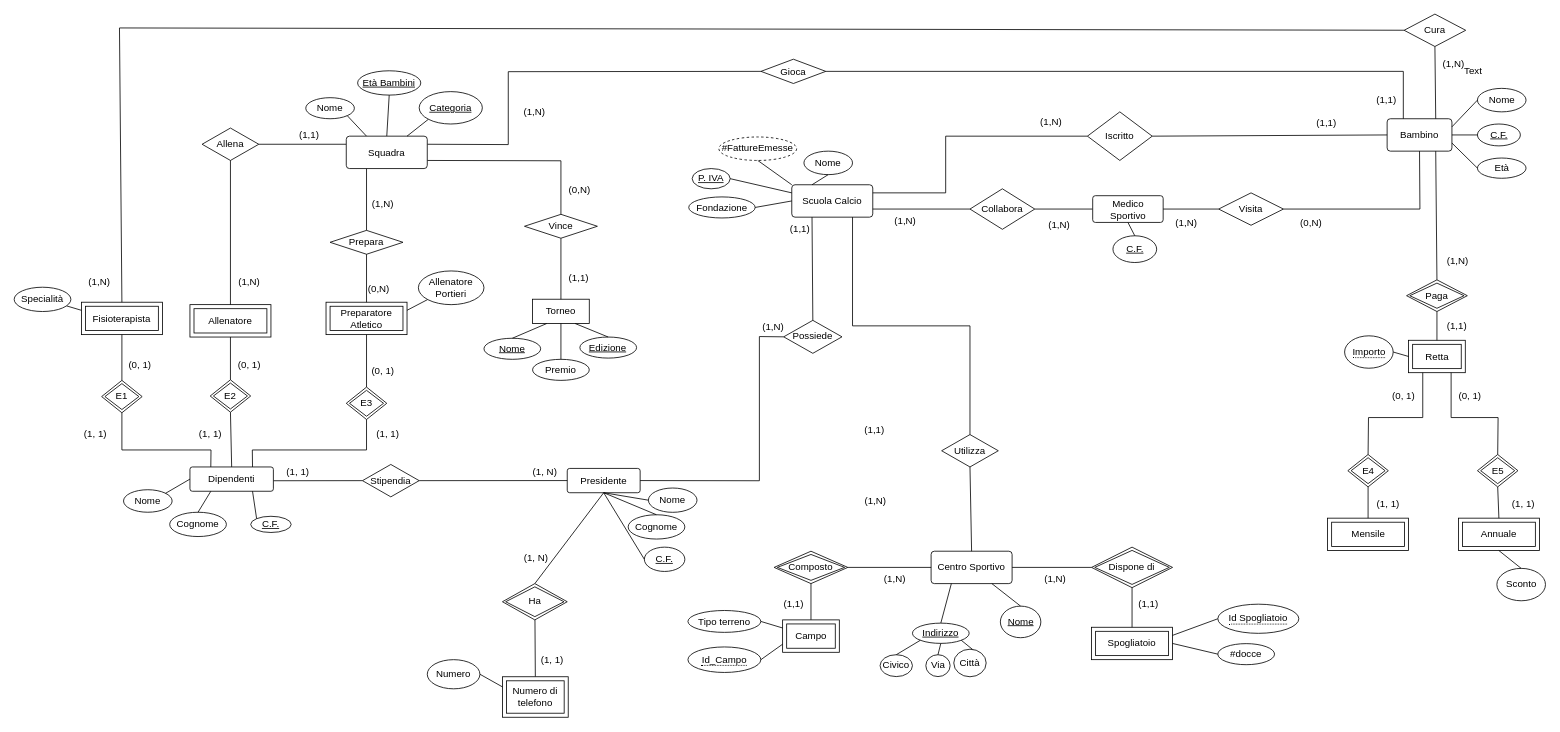
Before: modelli/EER-RISTRUTTURATO.drawio in YantCaccia/Progetto-Basi-di-Dati, a draw.io diagram. Source tidied: cells renumbered, new cells numbered last; positions are measured from the earlier drawing's top-left corner, leaving out a move shared by most shapes. Both pictures are drawn from the tidied source at 81%, with x=0, y=0 at pixel (14, 14).
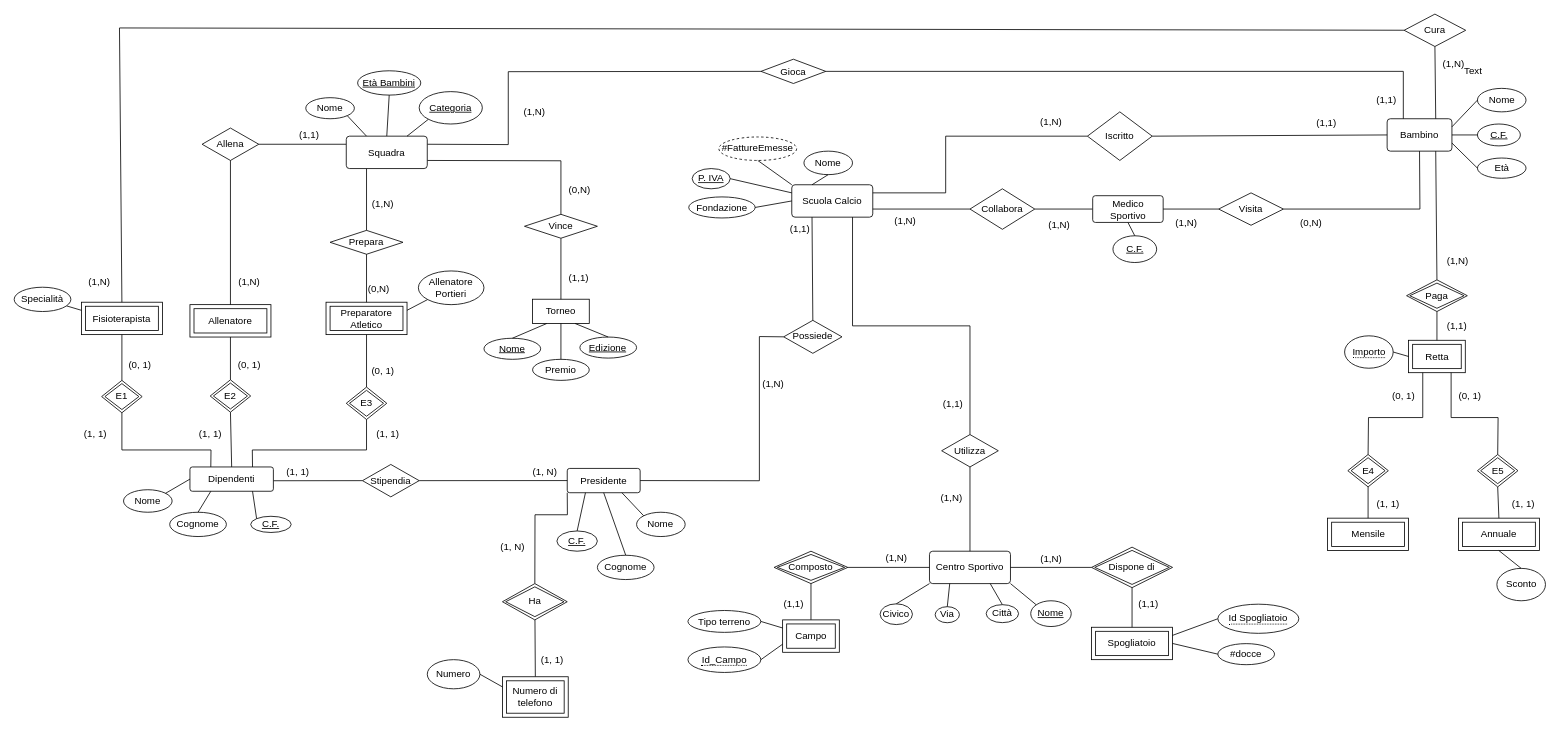
Above is the later version.

Unchanged cells that the change refers to:
```xml
<mxCell id="50" value="&lt;div&gt;Presidente&lt;/div&gt;" style="rounded=1;arcSize=10;whiteSpace=wrap;html=1;align=center;" parent="1" vertex="1">
  <mxGeometry x="682.8" y="560.8" width="90" height="30" as="geometry" />
</mxCell>
<mxCell id="182" value="Ha" style="rhombus;whiteSpace=wrap;html=1;strokeColor=#000000;double=1;" parent="1" vertex="1">
  <mxGeometry x="602.8" y="703" width="80" height="44.8" as="geometry" />
</mxCell>
```

The edit, as a diff of the source:
```diff
@@
     <mxCell id="19" value="Centro Sportivo" style="rounded=1;arcSize=10;whiteSpace=wrap;html=1;align=center;" parent="1" vertex="1">
-      <mxGeometry x="1132" y="663" width="100" height="40" as="geometry" />
+      <mxGeometry x="1130" y="663" width="100" height="40" as="geometry" />
     </mxCell>
@@
-    <mxCell id="28" style="endArrow=none;html=1;rounded=0;exitX=0.25;exitY=1;exitDx=0;exitDy=0;entryX=0.5;entryY=0;entryDx=0;entryDy=0;" parent="1" edge="1" source="19" target="29">
-      <mxGeometry relative="1" as="geometry" />
-    </mxCell>
-    <mxCell id="29" value="&lt;u&gt;Indirizzo&lt;/u&gt;" style="ellipse;whiteSpace=wrap;html=1;align=center;" parent="1" vertex="1">
-      <mxGeometry x="1109" y="751.8" width="70" height="25" as="geometry" />
-    </mxCell>
     <mxCell id="30" value="&lt;u&gt;Nome&lt;/u&gt;" style="ellipse;whiteSpace=wrap;html=1;align=center;direction=east;" parent="1" vertex="1">
-      <mxGeometry x="1217.5" y="730.8" width="50" height="39" as="geometry" />
+      <mxGeometry x="1255" y="724.2" width="50" height="31.8" as="geometry" />
     </mxCell>
-    <mxCell id="31" style="endArrow=none;html=1;rounded=0;exitX=0.75;exitY=1;exitDx=0;exitDy=0;entryX=0.5;entryY=0;entryDx=0;entryDy=0;" parent="1" edge="1" source="19" target="30">
+    <mxCell id="31" style="endArrow=none;html=1;rounded=0;exitX=1;exitY=1;exitDx=0;exitDy=0;entryX=0;entryY=0;entryDx=0;entryDy=0;" parent="1" edge="1" source="19" target="30">
       <mxGeometry relative="1" as="geometry" />
     </mxCell>
-    <mxCell id="32" style="endArrow=none;html=1;rounded=0;exitX=1;exitY=1;exitDx=0;exitDy=0;entryX=0;entryY=0.5;entryDx=0;entryDy=0;" parent="1" edge="1" source="29">
-      <mxGeometry relative="1" as="geometry">
-        <mxPoint x="1187.5" y="787.8" as="targetPoint" />
-      </mxGeometry>
+    <mxCell id="32" style="endArrow=none;html=1;rounded=0;exitX=0.75;exitY=1;exitDx=0;exitDy=0;entryX=0;entryY=0.5;entryDx=0;entryDy=0;" parent="1" edge="1" source="19" target="33">
+      <mxGeometry relative="1" as="geometry" />
     </mxCell>
     <mxCell id="33" value="Città" style="ellipse;whiteSpace=wrap;html=1;align=center;direction=south;" parent="1" vertex="1">
-      <mxGeometry x="1160" y="784" width="40" height="34" as="geometry" />
+      <mxGeometry x="1200" y="729" width="40" height="22.2" as="geometry" />
     </mxCell>
     <mxCell id="34" value="Via" style="ellipse;whiteSpace=wrap;html=1;align=center;" parent="1" vertex="1">
-      <mxGeometry x="1125.5" y="790.8" width="30" height="27" as="geometry" />
+      <mxGeometry x="1137" y="731.5" width="30" height="19.8" as="geometry" />
     </mxCell>
     <mxCell id="35" value="&lt;div&gt;Civico&lt;/div&gt;" style="ellipse;whiteSpace=wrap;html=1;align=center;" parent="1" vertex="1">
-      <mxGeometry x="1069" y="790.8" width="40" height="27" as="geometry" />
+      <mxGeometry x="1069" y="728" width="40" height="25.6" as="geometry" />
     </mxCell>
-    <mxCell id="36" style="endArrow=none;html=1;rounded=0;exitX=0.5;exitY=1;exitDx=0;exitDy=0;entryX=0.5;entryY=0;entryDx=0;entryDy=0;" parent="1" edge="1" source="29" target="34">
+    <mxCell id="36" style="endArrow=none;html=1;rounded=0;exitX=0.25;exitY=1;exitDx=0;exitDy=0;entryX=0.5;entryY=0;entryDx=0;entryDy=0;" parent="1" edge="1" source="19" target="34">
       <mxGeometry relative="1" as="geometry" />
     </mxCell>
-    <mxCell id="37" style="endArrow=none;html=1;rounded=0;exitX=0;exitY=1;exitDx=0;exitDy=0;entryX=0.5;entryY=0;entryDx=0;entryDy=0;" parent="1" edge="1" source="29" target="35">
+    <mxCell id="37" style="endArrow=none;html=1;rounded=0;exitX=0;exitY=1;exitDx=0;exitDy=0;entryX=0.5;entryY=0;entryDx=0;entryDy=0;" parent="1" edge="1" source="19" target="35">
       <mxGeometry relative="1" as="geometry" />
     </mxCell>
@@
     <mxCell id="51" value="Nome" style="ellipse;whiteSpace=wrap;html=1;align=center;" parent="1" vertex="1">
-      <mxGeometry x="783" y="585" width="60" height="30" as="geometry" />
+      <mxGeometry x="768.4" y="614.9" width="60" height="30" as="geometry" />
     </mxCell>
     <mxCell id="52" value="Cognome" style="ellipse;whiteSpace=wrap;html=1;align=center;" parent="1" vertex="1">
-      <mxGeometry x="758" y="618" width="70" height="30" as="geometry" />
+      <mxGeometry x="720" y="668" width="70" height="30" as="geometry" />
     </mxCell>
     <mxCell id="53" value="C.F." style="ellipse;whiteSpace=wrap;html=1;align=center;fontStyle=4;" parent="1" vertex="1">
-      <mxGeometry x="778" y="658" width="50" height="30" as="geometry" />
+      <mxGeometry x="670" y="638" width="50" height="25" as="geometry" />
     </mxCell>
-    <mxCell id="54" style="endArrow=none;html=1;rounded=0;exitX=0;exitY=0.5;exitDx=0;exitDy=0;entryX=0.5;entryY=1;entryDx=0;entryDy=0;" parent="1" edge="1" source="51" target="50">
+    <mxCell id="54" style="endArrow=none;html=1;rounded=0;exitX=0;exitY=0;exitDx=0;exitDy=0;entryX=0.75;entryY=1;entryDx=0;entryDy=0;" parent="1" edge="1" source="51" target="50">
       <mxGeometry relative="1" as="geometry" />
     </mxCell>
-    <mxCell id="55" style="endArrow=none;html=1;rounded=0;exitX=0.5;exitY=0;exitDx=0;exitDy=0;entryX=0.5;entryY=1;entryDx=0;entryDy=0;" parent="1" edge="1" source="52" target="50">
+    <mxCell id="55" style="endArrow=none;html=1;rounded=0;entryX=0.5;entryY=1;entryDx=0;entryDy=0;exitX=0.5;exitY=0;exitDx=0;exitDy=0;" parent="1" edge="1" source="52" target="50">
       <mxGeometry relative="1" as="geometry" />
     </mxCell>
-    <mxCell id="56" style="endArrow=none;html=1;rounded=0;exitX=0;exitY=0.5;exitDx=0;exitDy=0;entryX=0.5;entryY=1;entryDx=0;entryDy=0;" parent="1" edge="1" source="53" target="50">
+    <mxCell id="56" style="endArrow=none;html=1;rounded=0;exitX=0.5;exitY=0;exitDx=0;exitDy=0;entryX=0.25;entryY=1;entryDx=0;entryDy=0;" parent="1" edge="1" source="53" target="50">
       <mxGeometry relative="1" as="geometry" />
     </mxCell>
@@
     <mxCell id="68" value="(1,1)" style="text;html=1;" parent="1" vertex="1">
-      <mxGeometry x="1047.5" y="500.4" width="30" height="23.5" as="geometry" />
+      <mxGeometry x="1145" y="467.9" width="30" height="23.5" as="geometry" />
     </mxCell>
@@
     <mxCell id="70" value="&lt;font style=&quot;font-size: 12px&quot;&gt;(1,N)&lt;/font&gt;" style="text;html=1;align=center;verticalAlign=middle;" parent="1" vertex="1">
-      <mxGeometry x="1067" y="688" width="40" height="20" as="geometry" />
+      <mxGeometry x="1069" y="662.2" width="40" height="20" as="geometry" />
     </mxCell>
     <mxCell id="71" value="&lt;font style=&quot;font-size: 12px&quot;&gt;(1,N)&lt;/font&gt;" style="text;html=1;align=center;verticalAlign=middle;" parent="1" vertex="1">
-      <mxGeometry x="1264.5" y="688" width="40" height="20" as="geometry" />
+      <mxGeometry x="1260" y="663" width="40" height="20" as="geometry" />
     </mxCell>
     <mxCell id="72" value="&lt;font style=&quot;font-size: 12px&quot;&gt;(1,N)&lt;/font&gt;" style="text;html=1;align=center;verticalAlign=middle;" parent="1" vertex="1">
-      <mxGeometry x="1042.5" y="591" width="40" height="20" as="geometry" />
+      <mxGeometry x="1137" y="587.1" width="40" height="20" as="geometry" />
     </mxCell>
@@
     <mxCell id="89" value="(1,N)" style="text;html=1;" parent="1" vertex="1">
-      <mxGeometry x="921.8" y="372.6" width="38" height="30" as="geometry" />
+      <mxGeometry x="922" y="442.6" width="38" height="25.4" as="geometry" />
     </mxCell>
@@
-    <mxCell id="107" style="endArrow=none;html=1;rounded=0;entryX=0.5;entryY=0;entryDx=0;entryDy=0;exitX=0.5;exitY=1;exitDx=0;exitDy=0;" parent="1" edge="1" source="50" target="182">
-      <mxGeometry relative="1" as="geometry" />
+    <mxCell id="107" style="endArrow=none;html=1;rounded=0;entryX=0.5;entryY=0;entryDx=0;entryDy=0;exitX=0;exitY=1;exitDx=0;exitDy=0;" parent="1" edge="1" source="50" target="182">
+      <mxGeometry relative="1" as="geometry">
+        <Array as="points">
+          <mxPoint x="683" y="618" />
+          <mxPoint x="643" y="618" />
+        </Array>
+      </mxGeometry>
     </mxCell>
@@
     <mxCell id="184" value="(1, N)" style="text;html=1;align=center;verticalAlign=middle;" parent="1" vertex="1">
-      <mxGeometry x="619.4" y="662.2" width="50" height="20" as="geometry" />
+      <mxGeometry x="590" y="648" width="50" height="20" as="geometry" />
     </mxCell>
```
